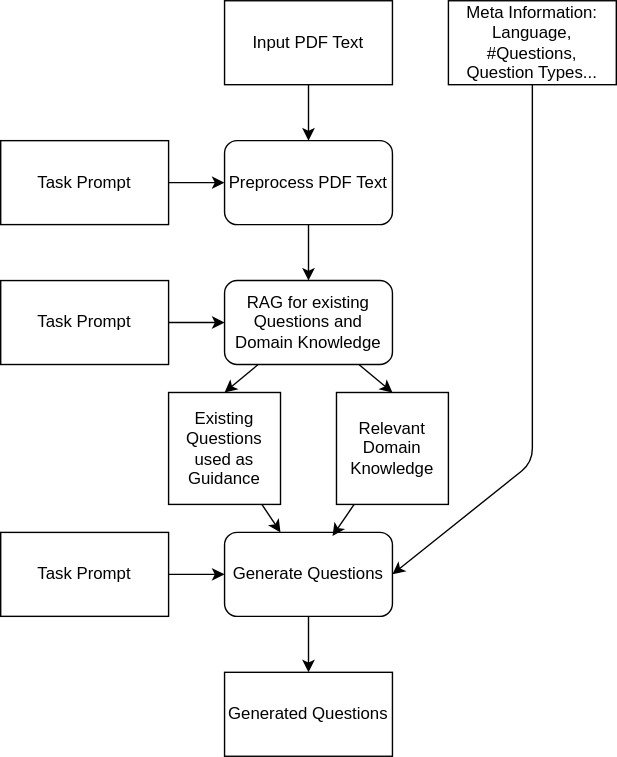
The draw.io diagram img/diagram.svg in sam-k0/ExamGen, before a commit. Source tidied: cells renumbered, new cells last; positions are measured from the earlier drawing's top-left corner, leaving out a move shared by most shapes. The source it was exported from:
```xml
<mxGraphModel>
  <root>
    <mxCell id="0" />
    <mxCell id="1" parent="0" />
    <mxCell id="2" style="edgeStyle=none;html=1;" parent="1" edge="1" source="3" target="6">
      <mxGeometry relative="1" as="geometry" />
    </mxCell>
    <mxCell id="3" value="Preprocess PDF Text" style="rounded=1;whiteSpace=wrap;html=1;" parent="1" vertex="1">
      <mxGeometry x="160" y="100" width="120" height="60" as="geometry" />
    </mxCell>
    <mxCell id="4" style="edgeStyle=none;html=1;entryX=0.5;entryY=0;entryDx=0;entryDy=0;" parent="1" edge="1" source="6" target="21">
      <mxGeometry relative="1" as="geometry" />
    </mxCell>
    <mxCell id="5" style="edgeStyle=none;html=1;entryX=0.5;entryY=0;entryDx=0;entryDy=0;" parent="1" edge="1" source="6" target="19">
      <mxGeometry relative="1" as="geometry" />
    </mxCell>
    <mxCell id="6" value="RAG for existing Questions and Domain Knowledge" style="rounded=1;whiteSpace=wrap;html=1;" parent="1" vertex="1">
      <mxGeometry x="160" y="200" width="120" height="60" as="geometry" />
    </mxCell>
    <mxCell id="7" style="edgeStyle=none;html=1;entryX=0.5;entryY=0;entryDx=0;entryDy=0;" parent="1" edge="1" source="8" target="23">
      <mxGeometry relative="1" as="geometry" />
    </mxCell>
    <mxCell id="8" value="Generate Questions" style="rounded=1;whiteSpace=wrap;html=1;" parent="1" vertex="1">
      <mxGeometry x="160" y="380" width="120" height="60" as="geometry" />
    </mxCell>
    <mxCell id="9" style="edgeStyle=none;html=1;entryX=0.5;entryY=0;entryDx=0;entryDy=0;" parent="1" edge="1" source="10" target="3">
      <mxGeometry relative="1" as="geometry" />
    </mxCell>
    <mxCell id="10" value="Input PDF Text" style="rounded=0;whiteSpace=wrap;html=1;" parent="1" vertex="1">
      <mxGeometry x="160" width="120" height="60" as="geometry" />
    </mxCell>
    <mxCell id="11" style="edgeStyle=none;html=1;entryX=1;entryY=0.5;entryDx=0;entryDy=0;" parent="1" edge="1" source="12" target="8">
      <mxGeometry relative="1" as="geometry">
        <Array as="points">
          <mxPoint x="380" y="330" />
        </Array>
      </mxGeometry>
    </mxCell>
    <mxCell id="12" value="Meta Information:&lt;br&gt;Language, #Questions,&lt;div&gt;Question Types...&lt;/div&gt;" style="rounded=0;whiteSpace=wrap;html=1;" parent="1" vertex="1">
      <mxGeometry x="320" width="120" height="60" as="geometry" />
    </mxCell>
    <mxCell id="13" style="edgeStyle=none;html=1;entryX=0;entryY=0.5;entryDx=0;entryDy=0;" parent="1" edge="1" source="14" target="3">
      <mxGeometry relative="1" as="geometry" />
    </mxCell>
    <mxCell id="14" value="Task Prompt" style="rounded=0;whiteSpace=wrap;html=1;" parent="1" vertex="1">
      <mxGeometry y="100" width="120" height="60" as="geometry" />
    </mxCell>
    <mxCell id="15" style="edgeStyle=none;html=1;" parent="1" edge="1" source="16" target="6">
      <mxGeometry relative="1" as="geometry" />
    </mxCell>
    <mxCell id="16" value="Task Prompt" style="rounded=0;whiteSpace=wrap;html=1;" parent="1" vertex="1">
      <mxGeometry y="200" width="120" height="60" as="geometry" />
    </mxCell>
    <mxCell id="17" style="edgeStyle=none;html=1;entryX=0;entryY=0.5;entryDx=0;entryDy=0;" parent="1" edge="1" source="18" target="8">
      <mxGeometry relative="1" as="geometry" />
    </mxCell>
    <mxCell id="18" value="Task Prompt" style="rounded=0;whiteSpace=wrap;html=1;" parent="1" vertex="1">
      <mxGeometry y="380" width="120" height="60" as="geometry" />
    </mxCell>
    <mxCell id="19" value="Relevant Domain&lt;br&gt;Knowledge" style="rounded=0;whiteSpace=wrap;html=1;" parent="1" vertex="1">
      <mxGeometry x="240" y="280" width="80" height="80" as="geometry" />
    </mxCell>
    <mxCell id="20" style="edgeStyle=none;html=1;" parent="1" edge="1" source="21" target="8">
      <mxGeometry relative="1" as="geometry" />
    </mxCell>
    <mxCell id="21" value="Existing Questions&lt;div&gt;used as Guidance&lt;/div&gt;" style="rounded=0;whiteSpace=wrap;html=1;" parent="1" vertex="1">
      <mxGeometry x="120" y="280" width="80" height="80" as="geometry" />
    </mxCell>
    <mxCell id="22" style="edgeStyle=none;html=1;entryX=0.643;entryY=0.043;entryDx=0;entryDy=0;entryPerimeter=0;" parent="1" edge="1" source="19" target="8">
      <mxGeometry relative="1" as="geometry" />
    </mxCell>
    <mxCell id="23" value="Generated Questions" style="rounded=0;whiteSpace=wrap;html=1;" parent="1" vertex="1">
      <mxGeometry x="160" y="480" width="120" height="60" as="geometry" />
    </mxCell>
  </root>
</mxGraphModel>
```
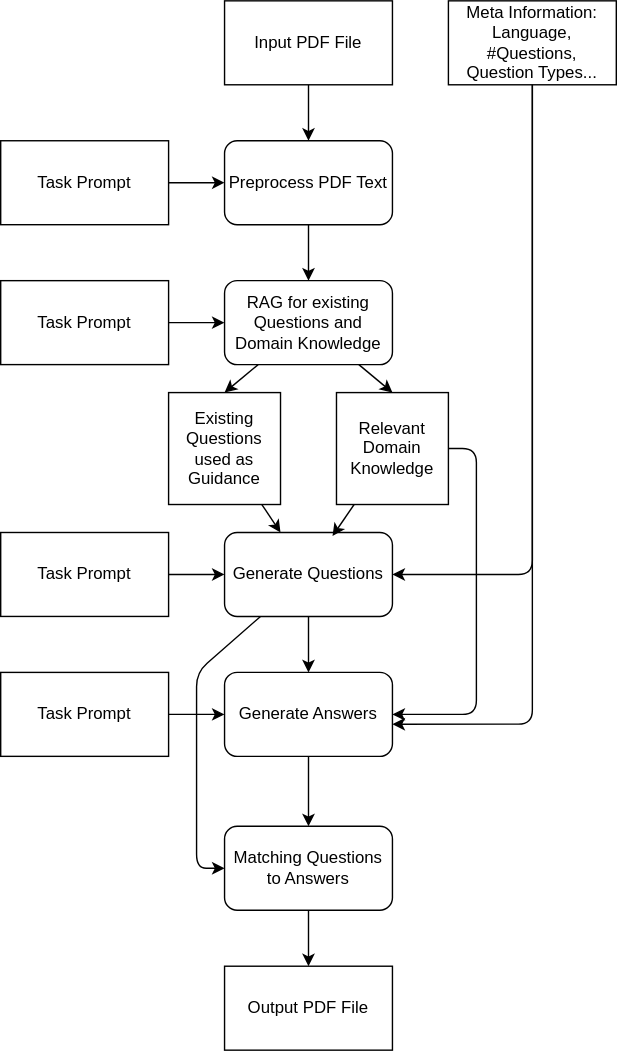
Later version of the same file.

Change to the diagram source:
```diff
@@ -17,22 +17,30 @@
     <mxCell id="6" value="RAG for existing Questions and Domain Knowledge" style="rounded=1;whiteSpace=wrap;html=1;" parent="1" vertex="1">
       <mxGeometry x="160" y="200" width="120" height="60" as="geometry" />
     </mxCell>
-    <mxCell id="7" style="edgeStyle=none;html=1;entryX=0.5;entryY=0;entryDx=0;entryDy=0;" parent="1" edge="1" source="8" target="23">
-      <mxGeometry relative="1" as="geometry" />
-    </mxCell>
+    <mxCell id="24" style="edgeStyle=none;html=1;entryX=0.5;entryY=0;entryDx=0;entryDy=0;" parent="1" edge="1" source="8" target="29">
+      <mxGeometry relative="1" as="geometry" />
+    </mxCell>
+    <mxCell id="25" style="edgeStyle=none;html=1;entryX=0;entryY=0.5;entryDx=0;entryDy=0;" parent="1" edge="1" source="8" target="32">
+      <mxGeometry relative="1" as="geometry">
+        <Array as="points">
+          <mxPoint x="140" y="480" />
+          <mxPoint x="140" y="620" />
+        </Array>
+      </mxGeometry>
+    </mxCell>
     <mxCell id="8" value="Generate Questions" style="rounded=1;whiteSpace=wrap;html=1;" parent="1" vertex="1">
       <mxGeometry x="160" y="380" width="120" height="60" as="geometry" />
     </mxCell>
     <mxCell id="9" style="edgeStyle=none;html=1;entryX=0.5;entryY=0;entryDx=0;entryDy=0;" parent="1" edge="1" source="10" target="3">
       <mxGeometry relative="1" as="geometry" />
     </mxCell>
-    <mxCell id="10" value="Input PDF Text" style="rounded=0;whiteSpace=wrap;html=1;" parent="1" vertex="1">
+    <mxCell id="10" value="Input PDF File" style="rounded=0;whiteSpace=wrap;html=1;" parent="1" vertex="1">
       <mxGeometry x="160" width="120" height="60" as="geometry" />
     </mxCell>
     <mxCell id="11" style="edgeStyle=none;html=1;entryX=1;entryY=0.5;entryDx=0;entryDy=0;" parent="1" edge="1" source="12" target="8">
       <mxGeometry relative="1" as="geometry">
         <Array as="points">
-          <mxPoint x="380" y="330" />
+          <mxPoint x="380" y="410" />
         </Array>
       </mxGeometry>
     </mxCell>
@@ -57,6 +65,14 @@
     <mxCell id="18" value="Task Prompt" style="rounded=0;whiteSpace=wrap;html=1;" parent="1" vertex="1">
       <mxGeometry y="380" width="120" height="60" as="geometry" />
     </mxCell>
+    <mxCell id="26" style="edgeStyle=none;html=1;entryX=1;entryY=0.5;entryDx=0;entryDy=0;" parent="1" edge="1" source="19" target="29">
+      <mxGeometry relative="1" as="geometry">
+        <Array as="points">
+          <mxPoint x="340" y="320" />
+          <mxPoint x="340" y="510" />
+        </Array>
+      </mxGeometry>
+    </mxCell>
     <mxCell id="19" value="Relevant Domain&lt;br&gt;Knowledge" style="rounded=0;whiteSpace=wrap;html=1;" parent="1" vertex="1">
       <mxGeometry x="240" y="280" width="80" height="80" as="geometry" />
     </mxCell>
@@ -69,8 +85,33 @@
     <mxCell id="22" style="edgeStyle=none;html=1;entryX=0.643;entryY=0.043;entryDx=0;entryDy=0;entryPerimeter=0;" parent="1" edge="1" source="19" target="8">
       <mxGeometry relative="1" as="geometry" />
     </mxCell>
-    <mxCell id="23" value="Generated Questions" style="rounded=0;whiteSpace=wrap;html=1;" parent="1" vertex="1">
-      <mxGeometry x="160" y="480" width="120" height="60" as="geometry" />
-    </mxCell>
+    <mxCell id="27" style="edgeStyle=none;html=1;entryX=0;entryY=0.5;entryDx=0;entryDy=0;" parent="1" edge="1" source="7" target="29">
+      <mxGeometry relative="1" as="geometry" />
+    </mxCell>
+    <mxCell id="7" value="Task Prompt" style="rounded=0;whiteSpace=wrap;html=1;" parent="1" vertex="1">
+      <mxGeometry y="480" width="120" height="60" as="geometry" />
+    </mxCell>
+    <mxCell id="28" style="edgeStyle=none;html=1;" parent="1" edge="1" source="29" target="32">
+      <mxGeometry relative="1" as="geometry" />
+    </mxCell>
+    <mxCell id="29" value="Generate Answers" style="rounded=1;whiteSpace=wrap;html=1;" parent="1" vertex="1">
+      <mxGeometry x="160" y="480" width="120" height="60" as="geometry" />
+    </mxCell>
+    <mxCell id="30" style="edgeStyle=none;html=1;entryX=1;entryY=0.617;entryDx=0;entryDy=0;entryPerimeter=0;" parent="1" edge="1" source="12" target="29">
+      <mxGeometry relative="1" as="geometry">
+        <Array as="points">
+          <mxPoint x="380" y="517" />
+        </Array>
+      </mxGeometry>
+    </mxCell>
+    <mxCell id="31" style="edgeStyle=none;html=1;" parent="1" edge="1" source="32" target="33">
+      <mxGeometry relative="1" as="geometry" />
+    </mxCell>
+    <mxCell id="32" value="Matching Questions to Answers" style="rounded=1;whiteSpace=wrap;html=1;" parent="1" vertex="1">
+      <mxGeometry x="160" y="590" width="120" height="60" as="geometry" />
+    </mxCell>
+    <mxCell id="33" value="Output PDF File" style="rounded=0;whiteSpace=wrap;html=1;" parent="1" vertex="1">
+      <mxGeometry x="160" y="690" width="120" height="60" as="geometry" />
+    </mxCell>
   </root>
 </mxGraphModel>
```
